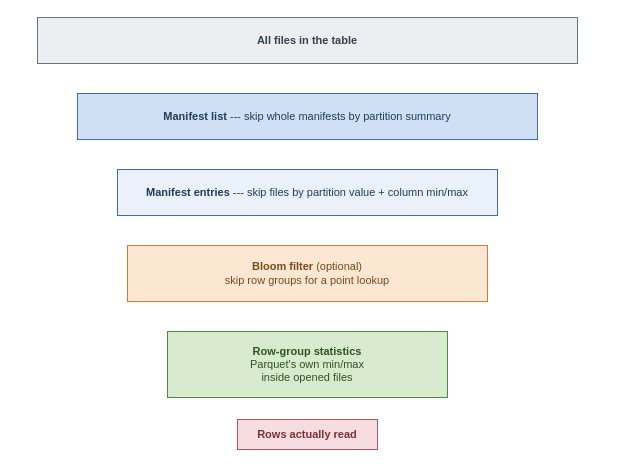
The draw.io diagram book/figures/pruning-layers-funnel.drawio in AlanPhan04/spark-101-to-pro, before the edit. Source tidied: cells renumbered, new cells numbered last; positions are measured from the earlier drawing's top-left corner, leaving out a move shared by most shapes. Both pictures are drawn from the tidied source at 100%, with x=0, y=0 at pixel (37, 17).
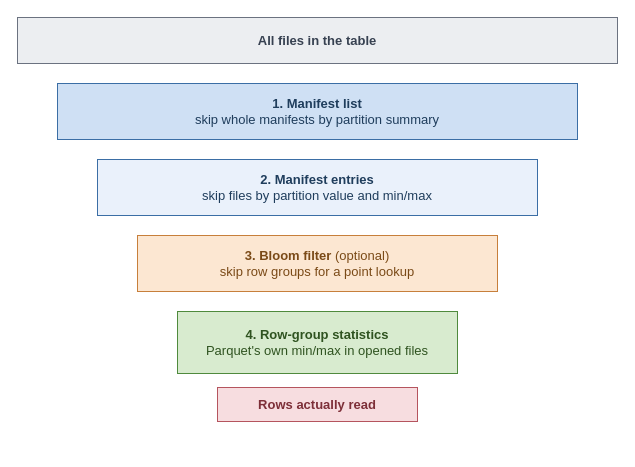
The same page after the edit.

Change to the diagram source:
```diff
@@
 <mxGraphModel>
   <root>
     <mxCell id="0" />
     <mxCell id="1" parent="0" />
-    <mxCell id="2" value="&lt;b&gt;All files in the table&lt;/b&gt;" style="rounded=0;whiteSpace=wrap;html=1;fillColor=#eceef1;strokeColor=#6b7280;fontSize=11;fontColor=#374151;" parent="1" vertex="1">
-      <mxGeometry width="540" height="46" as="geometry" />
+    <mxCell id="2" value="&lt;b&gt;All files in the table&lt;/b&gt;" style="rounded=0;whiteSpace=wrap;html=1;fillColor=#eceef1;strokeColor=#6b7280;fontSize=13;fontColor=#374151;" parent="1" vertex="1">
+      <mxGeometry x="-20" width="600" height="46" as="geometry" />
     </mxCell>
-    <mxCell id="3" value="&lt;b&gt;Manifest list&lt;/b&gt; --- skip whole manifests by partition summary" style="rounded=0;whiteSpace=wrap;html=1;fillColor=#cfe0f4;strokeColor=#3b6ea5;fontSize=11;fontColor=#1f3d5c;" parent="1" vertex="1">
-      <mxGeometry x="40" y="76" width="460" height="46" as="geometry" />
+    <mxCell id="3" value="&lt;b&gt;1. Manifest list&lt;/b&gt;&lt;br&gt;skip whole manifests by partition summary" style="rounded=0;whiteSpace=wrap;html=1;fillColor=#cfe0f4;strokeColor=#3b6ea5;fontSize=13;fontColor=#1f3d5c;" parent="1" vertex="1">
+      <mxGeometry x="20" y="66" width="520" height="56" as="geometry" />
     </mxCell>
-    <mxCell id="4" value="&lt;b&gt;Manifest entries&lt;/b&gt; --- skip files by partition value + column min/max" style="rounded=0;whiteSpace=wrap;html=1;fillColor=#eaf1fb;strokeColor=#3b6ea5;fontSize=11;fontColor=#1f3d5c;" parent="1" vertex="1">
-      <mxGeometry x="80" y="152" width="380" height="46" as="geometry" />
+    <mxCell id="4" value="&lt;b&gt;2. Manifest entries&lt;/b&gt;&lt;br&gt;skip files by partition value and min/max" style="rounded=0;whiteSpace=wrap;html=1;fillColor=#eaf1fb;strokeColor=#3b6ea5;fontSize=13;fontColor=#1f3d5c;" parent="1" vertex="1">
+      <mxGeometry x="60" y="142" width="440" height="56" as="geometry" />
     </mxCell>
-    <mxCell id="5" value="&lt;b&gt;Bloom filter&lt;/b&gt; (optional)&lt;br&gt;skip row groups for a point lookup" style="rounded=0;whiteSpace=wrap;html=1;fillColor=#fce7d2;strokeColor=#c77f3b;fontSize=11;fontColor=#7a4a17;" parent="1" vertex="1">
-      <mxGeometry x="90" y="228" width="360" height="56" as="geometry" />
+    <mxCell id="5" value="&lt;b&gt;3. Bloom filter&lt;/b&gt; (optional)&lt;br&gt;skip row groups for a point lookup" style="rounded=0;whiteSpace=wrap;html=1;fillColor=#fce7d2;strokeColor=#c77f3b;fontSize=13;fontColor=#7a4a17;" parent="1" vertex="1">
+      <mxGeometry x="100" y="218" width="360" height="56" as="geometry" />
     </mxCell>
-    <mxCell id="6" value="&lt;b&gt;Row-group statistics&lt;/b&gt;&lt;br&gt;Parquet's own min/max&lt;br&gt;inside opened files" style="rounded=0;whiteSpace=wrap;html=1;fillColor=#d8ebcf;strokeColor=#4f8a3d;fontSize=11;fontColor=#2f5320;" parent="1" vertex="1">
-      <mxGeometry x="130" y="314" width="280" height="66" as="geometry" />
+    <mxCell id="6" value="&lt;b&gt;4. Row-group statistics&lt;/b&gt;&lt;br&gt;Parquet's own min/max in opened files" style="rounded=0;whiteSpace=wrap;html=1;fillColor=#d8ebcf;strokeColor=#4f8a3d;fontSize=13;fontColor=#2f5320;" parent="1" vertex="1">
+      <mxGeometry x="140" y="294" width="280" height="62" as="geometry" />
     </mxCell>
-    <mxCell id="7" value="&lt;b&gt;Rows actually read&lt;/b&gt;" style="rounded=0;whiteSpace=wrap;html=1;fillColor=#f7dde0;strokeColor=#b5545e;fontSize=11;fontColor=#7d2f38;" parent="1" vertex="1">
-      <mxGeometry x="200" y="402" width="140" height="30" as="geometry" />
+    <mxCell id="7" value="&lt;b&gt;Rows actually read&lt;/b&gt;" style="rounded=0;whiteSpace=wrap;html=1;fillColor=#f7dde0;strokeColor=#b5545e;fontSize=13;fontColor=#7d2f38;" parent="1" vertex="1">
+      <mxGeometry x="180" y="370" width="200" height="34" as="geometry" />
     </mxCell>
   </root>
 </mxGraphModel>
```
